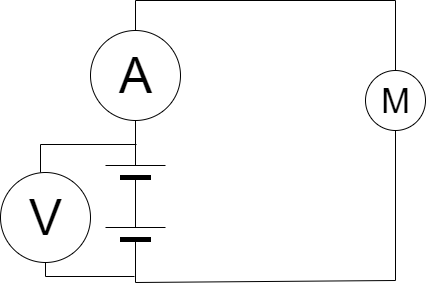
Earlier version of the draw.io export Versuchsschaltung.drawio.png (luctrott/phy_Project1). Source tidied: cells renumbered, new cells last; positions are measured from the earlier drawing's top-left corner, leaving out a move shared by most shapes. Source of this version:
```xml
<mxGraphModel>
  <root>
    <mxCell id="0" />
    <mxCell id="1" parent="0" />
    <mxCell id="2" style="verticalLabelPosition=bottom;shadow=0;dashed=0;align=center;fillColor=#000000;html=1;verticalAlign=top;strokeWidth=1;shape=mxgraph.electrical.miscellaneous.monocell_battery;rounded=1;comic=0;labelBackgroundColor=none;fontFamily=Verdana;fontSize=12;rotation=-90;" parent="1" vertex="1">
      <mxGeometry x="85" y="140" width="100" height="60" as="geometry" />
    </mxCell>
    <mxCell id="3" style="verticalLabelPosition=bottom;shadow=0;dashed=0;align=center;fillColor=#000000;html=1;verticalAlign=top;strokeWidth=1;shape=mxgraph.electrical.miscellaneous.monocell_battery;rounded=1;comic=0;labelBackgroundColor=none;fontFamily=Verdana;fontSize=12;rotation=-90;" parent="1" vertex="1">
      <mxGeometry x="85" y="202" width="100" height="60" as="geometry" />
    </mxCell>
    <mxCell id="4" value="A" style="verticalLabelPosition=middle;shadow=0;dashed=0;align=center;html=1;verticalAlign=middle;strokeWidth=1;shape=ellipse;fontSize=50;" parent="1" vertex="1">
      <mxGeometry x="90" y="30" width="90" height="90" as="geometry" />
    </mxCell>
    <mxCell id="5" value="V" style="verticalLabelPosition=middle;shadow=0;dashed=0;align=center;html=1;verticalAlign=middle;strokeWidth=1;shape=ellipse;fontSize=50;" parent="1" vertex="1">
      <mxGeometry y="172" width="90" height="90" as="geometry" />
    </mxCell>
    <mxCell id="6" style="endArrow=none;html=1;rounded=0;exitX=0.5;exitY=0;exitDx=0;exitDy=0;entryX=0.5;entryY=0;entryDx=0;entryDy=0;" parent="1" edge="1" source="4" target="7">
      <mxGeometry relative="1" as="geometry">
        <Array as="points">
          <mxPoint x="135" />
          <mxPoint x="395" />
        </Array>
      </mxGeometry>
    </mxCell>
    <mxCell id="7" value="M" style="verticalLabelPosition=middle;shadow=0;dashed=0;align=center;html=1;verticalAlign=middle;strokeWidth=1;shape=ellipse;fontSize=35;" parent="1" vertex="1">
      <mxGeometry x="365" y="70" width="60" height="60" as="geometry" />
    </mxCell>
    <mxCell id="8" style="endArrow=none;html=1;rounded=0;entryX=0.5;entryY=1;entryDx=0;entryDy=0;exitX=0;exitY=0.5;exitDx=0;exitDy=0;exitPerimeter=0;" parent="1" edge="1" source="3" target="7">
      <mxGeometry relative="1" as="geometry">
        <Array as="points">
          <mxPoint x="395" y="280" />
        </Array>
      </mxGeometry>
    </mxCell>
    <mxCell id="9" style="endArrow=none;html=1;rounded=0;exitX=0.06;exitY=0.483;exitDx=0;exitDy=0;exitPerimeter=0;" parent="1" edge="1" source="3">
      <mxGeometry relative="1" as="geometry">
        <mxPoint x="45" y="262" as="targetPoint" />
        <Array as="points">
          <mxPoint x="45" y="276" />
        </Array>
      </mxGeometry>
    </mxCell>
    <mxCell id="10" style="endArrow=none;html=1;rounded=0;entryX=0.76;entryY=0.517;entryDx=0;entryDy=0;entryPerimeter=0;" parent="1" edge="1" target="2">
      <mxGeometry relative="1" as="geometry">
        <mxPoint x="40" y="172" as="sourcePoint" />
        <Array as="points">
          <mxPoint x="40" y="144" />
        </Array>
      </mxGeometry>
    </mxCell>
  </root>
</mxGraphModel>
```
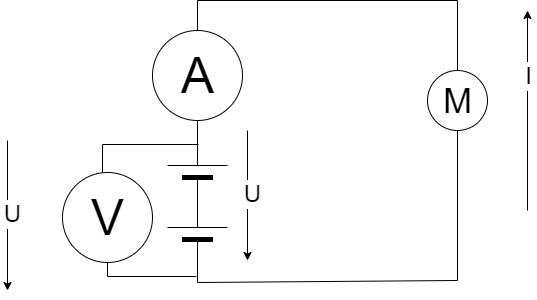
Later version of the same file.

The edit, as a diff of the source:
```diff
@@ -48,5 +48,32 @@
         </Array>
       </mxGeometry>
     </mxCell>
+    <mxCell id="11" style="endArrow=classic;html=1;rounded=0;" parent="1" edge="1">
+      <mxGeometry relative="1" as="geometry">
+        <mxPoint x="465" y="210" as="sourcePoint" />
+        <mxPoint x="465" y="10" as="targetPoint" />
+      </mxGeometry>
+    </mxCell>
+    <mxCell id="12" value="&lt;font style=&quot;font-size: 24px;&quot;&gt;I&lt;/font&gt;" style="edgeLabel;html=1;align=center;verticalAlign=middle;" parent="11" vertex="1">
+      <mxGeometry x="0.35" relative="1" as="geometry" />
+    </mxCell>
+    <mxCell id="13" style="endArrow=classic;html=1;rounded=0;" parent="1" edge="1">
+      <mxGeometry relative="1" as="geometry">
+        <mxPoint x="185" y="130" as="sourcePoint" />
+        <mxPoint x="185" y="260" as="targetPoint" />
+      </mxGeometry>
+    </mxCell>
+    <mxCell id="14" value="&lt;font style=&quot;font-size: 24px;&quot;&gt;U&lt;/font&gt;" style="edgeLabel;html=1;align=center;verticalAlign=middle;" parent="13" vertex="1">
+      <mxGeometry x="-0.02" y="4" relative="1" as="geometry" />
+    </mxCell>
+    <mxCell id="15" style="endArrow=classic;html=1;rounded=0;" parent="1" edge="1">
+      <mxGeometry relative="1" as="geometry">
+        <mxPoint x="-55" y="140" as="sourcePoint" />
+        <mxPoint x="-55" y="290" as="targetPoint" />
+      </mxGeometry>
+    </mxCell>
+    <mxCell id="16" value="&lt;font style=&quot;font-size: 24px;&quot;&gt;U&lt;/font&gt;" style="edgeLabel;html=1;align=center;verticalAlign=middle;" parent="15" vertex="1">
+      <mxGeometry x="-0.02" y="4" relative="1" as="geometry" />
+    </mxCell>
   </root>
 </mxGraphModel>
```
